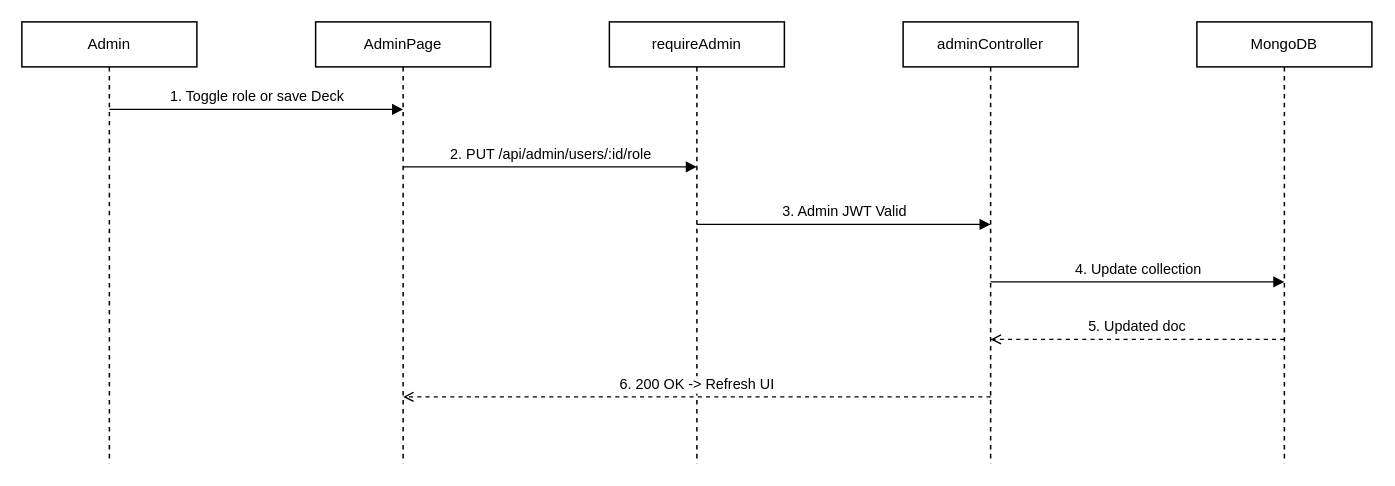
This is page "3.4.3 Sequence - Admin Decks/Users CRUD" (3 of 3) of Tai lieu/Draw.io/SDS_3_4_Admin_Module.drawio from minhthanh1806/PROJECT_SDN, a draw.io file, before an edit. Source tidied: cells renumbered, new cells numbered last; positions are measured from the earlier drawing's top-left corner, leaving out a move shared by most shapes. Both pictures are drawn from the tidied source at 125%, with x=0, y=0 at pixel (21, 21).
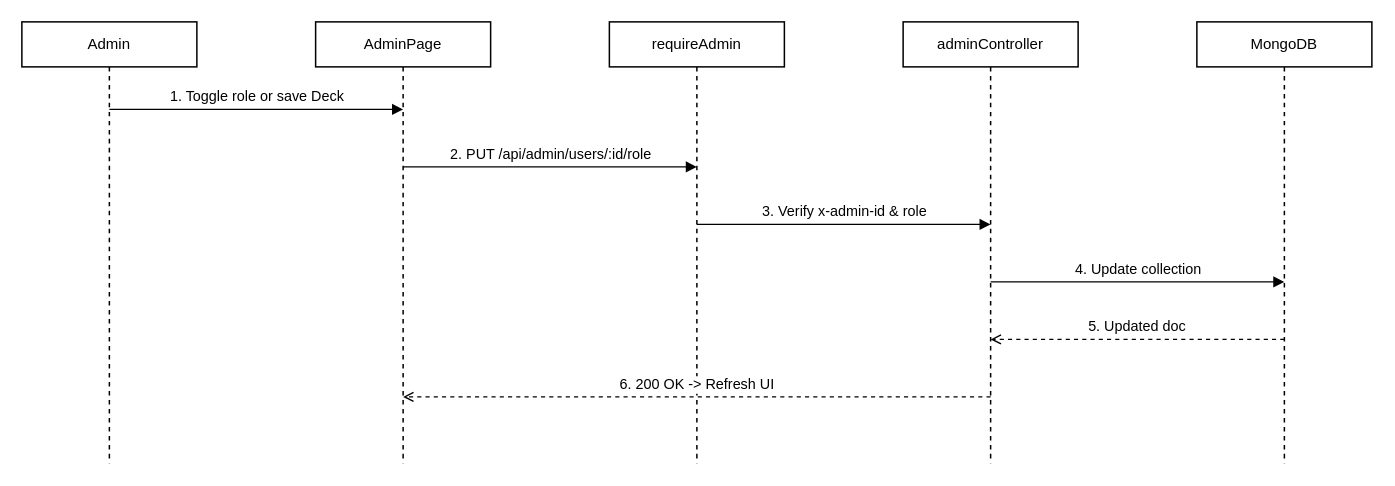
After the change.

What changed in the source:
```diff
@@
 <mxGraphModel>
   <root>
     <mxCell id="0" />
     <mxCell id="1" parent="0" />
     <mxCell id="2" value="Admin" style="shape=umlLifeline;perimeter=lifelinePerimeter;whiteSpace=wrap;html=1;fillColor=#ffffff;strokeColor=#000000;fontColor=#000000;fontSize=12;size=36;strokeWidth=1.2;" parent="1" vertex="1">
       <mxGeometry width="140" height="353" as="geometry" />
     </mxCell>
     <mxCell id="3" value="AdminPage" style="shape=umlLifeline;perimeter=lifelinePerimeter;whiteSpace=wrap;html=1;fillColor=#ffffff;strokeColor=#000000;fontColor=#000000;fontSize=12;size=36;strokeWidth=1.2;" parent="1" vertex="1">
       <mxGeometry x="235" width="140" height="353" as="geometry" />
     </mxCell>
     <mxCell id="4" value="requireAdmin" style="shape=umlLifeline;perimeter=lifelinePerimeter;whiteSpace=wrap;html=1;fillColor=#ffffff;strokeColor=#000000;fontColor=#000000;fontSize=12;size=36;strokeWidth=1.2;" parent="1" vertex="1">
       <mxGeometry x="470" width="140" height="353" as="geometry" />
     </mxCell>
     <mxCell id="5" value="adminController" style="shape=umlLifeline;perimeter=lifelinePerimeter;whiteSpace=wrap;html=1;fillColor=#ffffff;strokeColor=#000000;fontColor=#000000;fontSize=12;size=36;strokeWidth=1.2;" parent="1" vertex="1">
       <mxGeometry x="705" width="140" height="353" as="geometry" />
     </mxCell>
     <mxCell id="6" value="MongoDB" style="shape=umlLifeline;perimeter=lifelinePerimeter;whiteSpace=wrap;html=1;fillColor=#ffffff;strokeColor=#000000;fontColor=#000000;fontSize=12;size=36;strokeWidth=1.2;" parent="1" vertex="1">
       <mxGeometry x="940" width="140" height="353" as="geometry" />
     </mxCell>
     <mxCell id="7" value="1. Toggle role or save Deck" style="html=1;verticalAlign=bottom;endArrow=block;endFill=1;rounded=0;strokeColor=#000000;fontColor=#000000;fontSize=11.5;labelBackgroundColor=#ffffff;strokeWidth=1.1;" parent="1" edge="1">
       <mxGeometry relative="1" as="geometry">
         <mxPoint x="70" y="70" as="sourcePoint" />
         <mxPoint x="305" y="70" as="targetPoint" />
       </mxGeometry>
     </mxCell>
     <mxCell id="8" value="2. PUT /api/admin/users/:id/role" style="html=1;verticalAlign=bottom;endArrow=block;endFill=1;rounded=0;strokeColor=#000000;fontColor=#000000;fontSize=11.5;labelBackgroundColor=#ffffff;strokeWidth=1.1;" parent="1" edge="1">
       <mxGeometry relative="1" as="geometry">
         <mxPoint x="305" y="116" as="sourcePoint" />
         <mxPoint x="540" y="116" as="targetPoint" />
       </mxGeometry>
     </mxCell>
-    <mxCell id="9" value="3. Admin JWT Valid" style="html=1;verticalAlign=bottom;endArrow=block;endFill=1;rounded=0;strokeColor=#000000;fontColor=#000000;fontSize=11.5;labelBackgroundColor=#ffffff;strokeWidth=1.1;" parent="1" edge="1">
+    <mxCell id="9" value="3. Verify x-admin-id &amp; role" style="html=1;verticalAlign=bottom;endArrow=block;endFill=1;rounded=0;strokeColor=#000000;fontColor=#000000;fontSize=11.5;labelBackgroundColor=#ffffff;strokeWidth=1.1;" parent="1" edge="1">
       <mxGeometry relative="1" as="geometry">
         <mxPoint x="540" y="162" as="sourcePoint" />
         <mxPoint x="775" y="162" as="targetPoint" />
       </mxGeometry>
     </mxCell>
     <mxCell id="10" value="4. Update collection" style="html=1;verticalAlign=bottom;endArrow=block;endFill=1;rounded=0;strokeColor=#000000;fontColor=#000000;fontSize=11.5;labelBackgroundColor=#ffffff;strokeWidth=1.1;" parent="1" edge="1">
       <mxGeometry relative="1" as="geometry">
         <mxPoint x="775" y="208" as="sourcePoint" />
         <mxPoint x="1010" y="208" as="targetPoint" />
       </mxGeometry>
     </mxCell>
     <mxCell id="11" value="5. Updated doc" style="html=1;verticalAlign=bottom;dashed=1;endArrow=open;endFill=0;rounded=0;strokeColor=#000000;fontColor=#000000;fontSize=11.5;labelBackgroundColor=#ffffff;strokeWidth=1.1;" parent="1" edge="1">
       <mxGeometry relative="1" as="geometry">
         <mxPoint x="1010" y="254" as="sourcePoint" />
         <mxPoint x="775" y="254" as="targetPoint" />
       </mxGeometry>
     </mxCell>
     <mxCell id="12" value="6. 200 OK -&gt; Refresh UI" style="html=1;verticalAlign=bottom;dashed=1;endArrow=open;endFill=0;rounded=0;strokeColor=#000000;fontColor=#000000;fontSize=11.5;labelBackgroundColor=#ffffff;strokeWidth=1.1;" parent="1" edge="1">
       <mxGeometry relative="1" as="geometry">
         <mxPoint x="775" y="300" as="sourcePoint" />
         <mxPoint x="305" y="300" as="targetPoint" />
       </mxGeometry>
     </mxCell>
   </root>
 </mxGraphModel>
```
